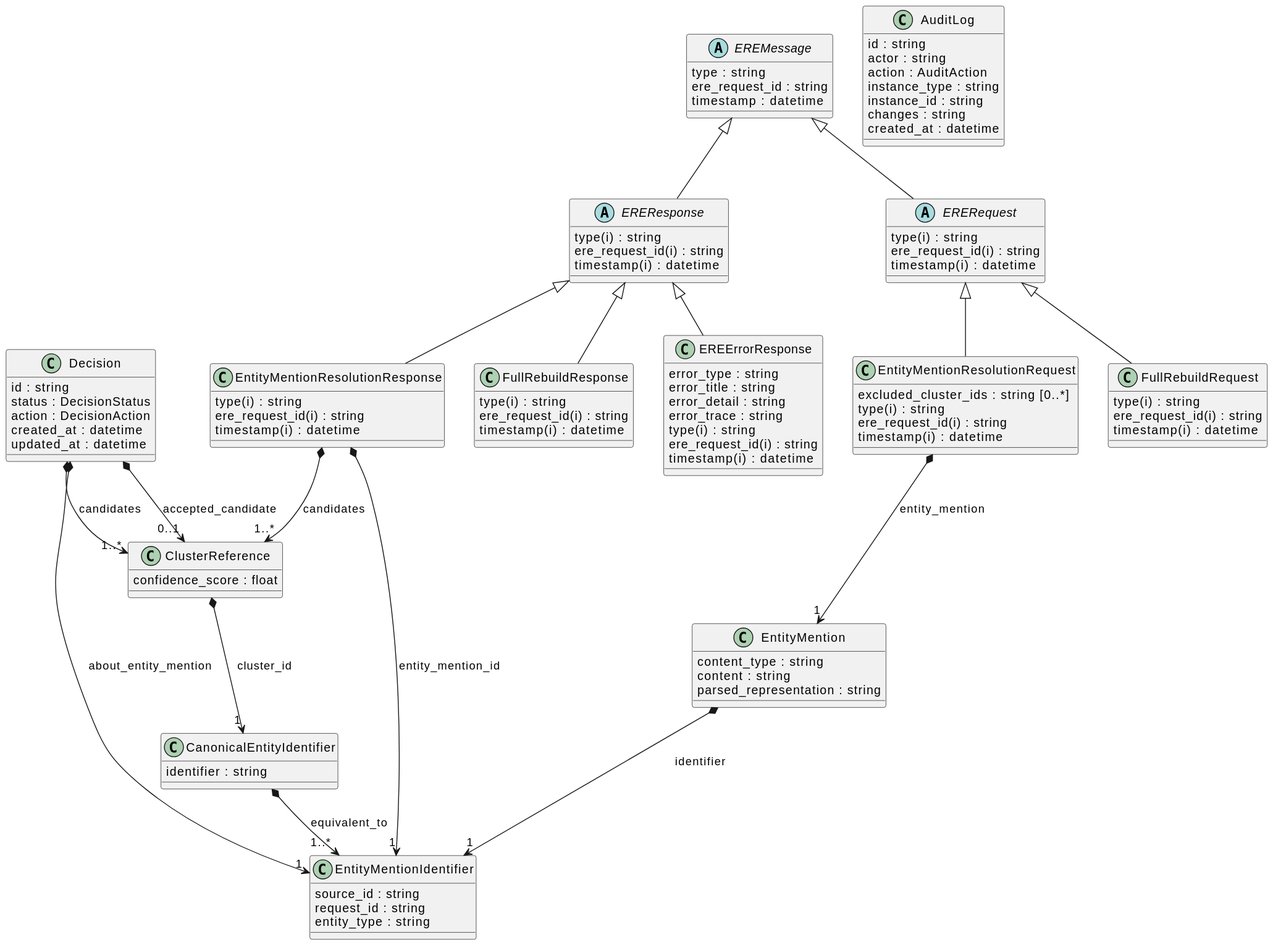
This is docs/schema/EreServiceSchema.svg from meaningfy-ws/entity-resolution-spec, a PlantUML export, as it was before one commit.
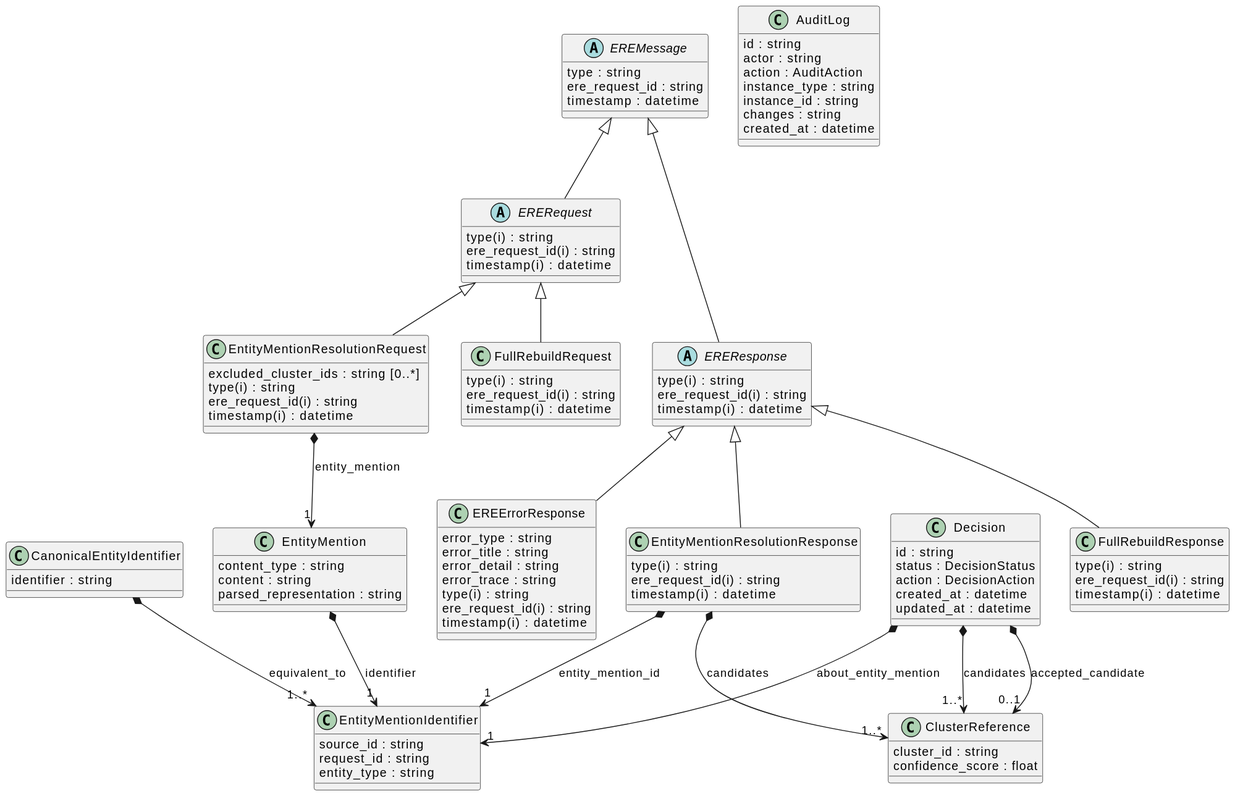
After the change.

Commit message:
fix: keep cluster id in cluster reference as string

Diff of the diagram source:
```diff
@@ -29,6 +29,7 @@
 "EntityMentionResolutionResponse" *--> "1" "EntityMentionIdentifier" : "entity_mention_id"
 "EntityMention" *--> "1" "EntityMentionIdentifier" : "identifier"
 class "ClusterReference" [[{A reference to a cluster to which an entity is deemed to belong, with an associated confidence score.}]] {
+    {field} cluster_id : string
     {field} confidence_score : float
 }
 abstract "EREResponse" [[{Root class to represent all the responses sent by the ERE.}]] {
@@ -82,7 +83,6 @@
 "EREMessage" ^-- "ERERequest"
 "Decision" *--> "1..*" "ClusterReference" : "candidates"
 "Decision" *--> "0..1" "ClusterReference" : "accepted_candidate"
-"ClusterReference" *--> "1" "CanonicalEntityIdentifier" : "cluster_id"
 class "AuditLog" [[{Audit trail entry for curation actions}]] {
     {field} id : string
     {field} actor : string
```
